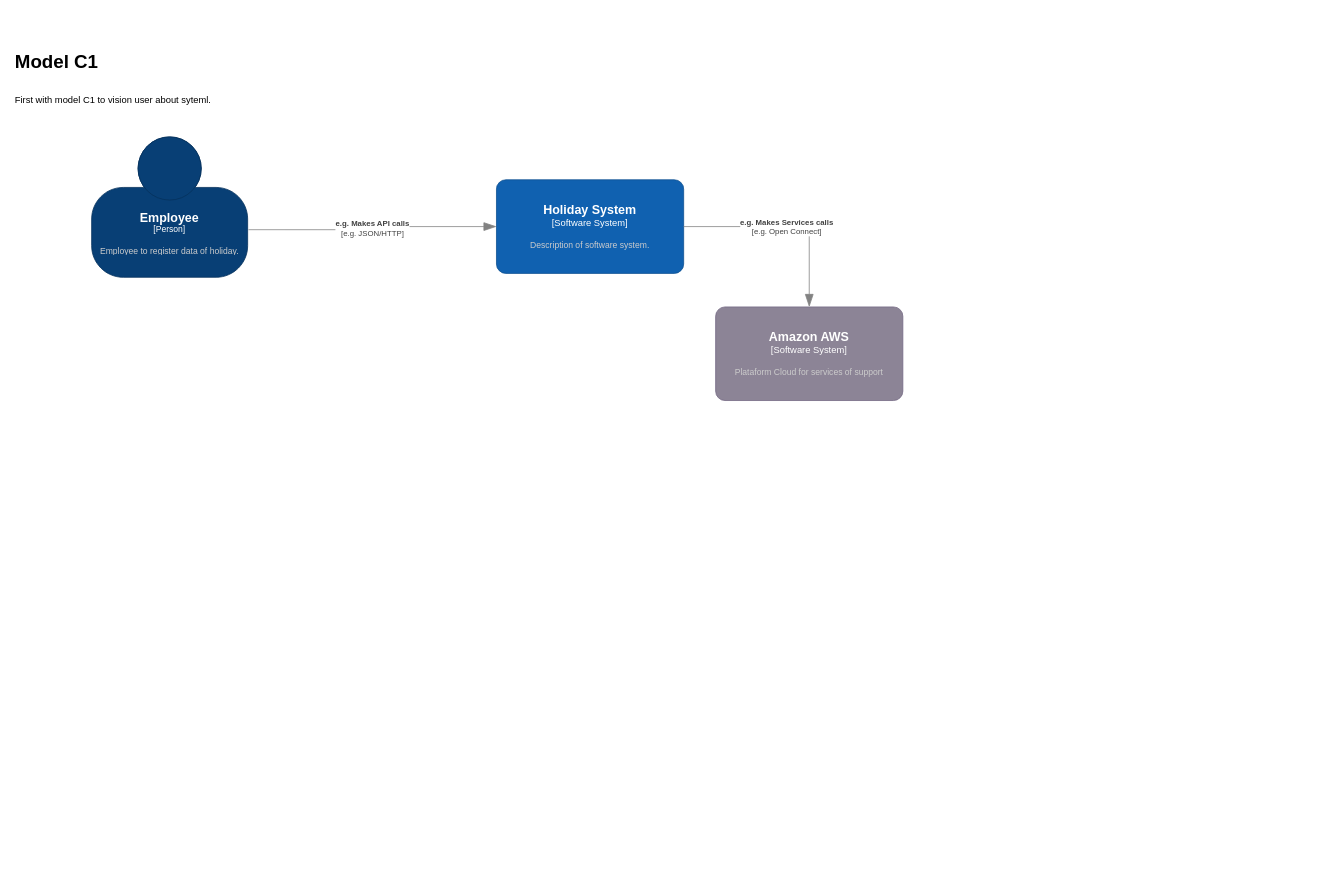
ander-f-silva/draw_solution_of_architecture keeps this draw.io diagram as page "arch c4 model" (1 of 2) of project_ms_holiday.drawio. Above is the earlier version. Source tidied: cells renumbered, new cells numbered last; positions are measured from the earlier drawing's top-left corner, leaving out a move shared by most shapes. Both pictures are drawn from the tidied source at 78%, with x=0, y=0 at pixel (13, 45).
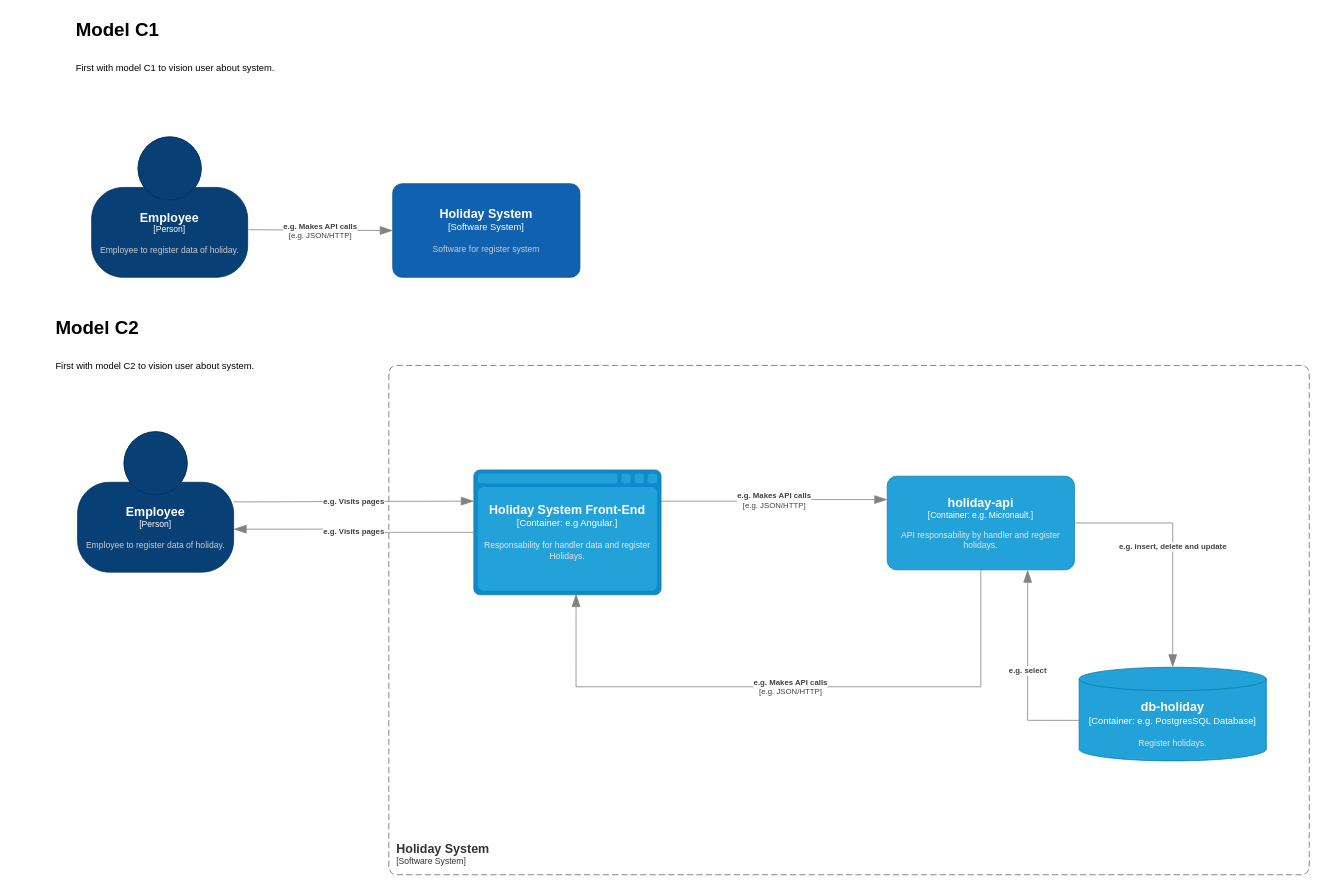
After the change.

What changed in the source:
```diff
@@
-    <object id="3" label="&lt;font style=&quot;font-size: 16px&quot;&gt;&lt;b&gt;%c4Name%&lt;/b&gt;&lt;/font&gt;&lt;div&gt;[%c4Type%]&lt;/div&gt;&lt;br&gt;&lt;div&gt;&lt;font style=&quot;font-size: 11px&quot;&gt;&lt;font color=&quot;#cccccc&quot;&gt;%c4Description%&lt;/font&gt;&lt;/div&gt;" c4Description="Description of software system." c4Name="Holiday System" c4Type="Software System" placeholders="1">
+    <object id="3" label="&lt;font style=&quot;font-size: 16px&quot;&gt;&lt;b&gt;%c4Name%&lt;/b&gt;&lt;/font&gt;&lt;div&gt;[%c4Type%]&lt;/div&gt;&lt;br&gt;&lt;div&gt;&lt;font style=&quot;font-size: 11px&quot;&gt;&lt;font color=&quot;#cccccc&quot;&gt;%c4Description%&lt;/font&gt;&lt;/div&gt;" c4Description="Software for register system" c4Name="Holiday System" c4Type="Software System" placeholders="1">
       <mxCell style="rounded=1;whiteSpace=wrap;html=1;labelBackgroundColor=none;fillColor=#1061B0;fontColor=#ffffff;align=center;arcSize=10;strokeColor=#0D5091;points=[[0.25,0,0],[0.5,0,0],[0.75,0,0],[1,0.25,0],[1,0.5,0],[1,0.75,0],[0.75,1,0],[0.5,1,0],[0.25,1,0],[0,0.75,0],[0,0.5,0],[0,0.25,0]];" parent="1" vertex="1">
-        <mxGeometry x="619" y="172" width="240" height="120" as="geometry" />
+        <mxGeometry x="486" y="177" width="240" height="120" as="geometry" />
       </mxCell>
     </object>
-    <object id="4" label="&lt;font style=&quot;font-size: 16px&quot;&gt;&lt;b&gt;%c4Name%&lt;/b&gt;&lt;/font&gt;&lt;div&gt;[%c4Type%]&lt;/div&gt;&lt;br&gt;&lt;div&gt;&lt;font style=&quot;font-size: 11px&quot;&gt;&lt;font color=&quot;#cccccc&quot;&gt;%c4Description%&lt;/font&gt;&lt;/div&gt;" c4Description="Plataform Cloud for services of support" c4Name="Amazon AWS" c4Type="Software System" placeholders="1">
-      <mxCell style="rounded=1;whiteSpace=wrap;html=1;labelBackgroundColor=none;fillColor=#8C8496;fontColor=#ffffff;align=center;arcSize=10;strokeColor=#736782;points=[[0.25,0,0],[0.5,0,0],[0.75,0,0],[1,0.25,0],[1,0.5,0],[1,0.75,0],[0.75,1,0],[0.5,1,0],[0.25,1,0],[0,0.75,0],[0,0.5,0],[0,0.25,0]];" parent="1" vertex="1">
-        <mxGeometry x="900" y="335" width="240" height="120" as="geometry" />
-      </mxCell>
-    </object>
@@
-    <object id="6" label="&lt;div style=&quot;text-align: left&quot;&gt;&lt;div style=&quot;text-align: center&quot;&gt;&lt;b&gt;%c4Description%&lt;/b&gt;&lt;/div&gt;&lt;div style=&quot;text-align: center&quot;&gt;[%c4Technology%]&lt;/div&gt;&lt;/div&gt;" c4Description="e.g. Makes Services calls" c4Technology="e.g. Open Connect" placeholders="1">
-      <mxCell style="endArrow=blockThin;html=1;fontSize=10;fontColor=#404040;strokeWidth=1;endFill=1;strokeColor=#828282;elbow=vertical;endSize=14;startSize=14;jumpStyle=arc;jumpSize=16;rounded=0;edgeStyle=orthogonalEdgeStyle;exitX=1;exitY=0.5;exitDx=0;exitDy=0;exitPerimeter=0;" parent="1" edge="1" source="3" target="4">
-        <mxGeometry relative="1" as="geometry" />
-      </mxCell>
-    </object>
-    <mxCell id="7" value="&lt;h1 style=&quot;margin-top: 0px;&quot;&gt;&lt;span style=&quot;background-color: transparent; color: light-dark(rgb(0, 0, 0), rgb(255, 255, 255));&quot;&gt;Model C1&lt;/span&gt;&lt;/h1&gt;&lt;h1 style=&quot;margin-top: 0px;&quot;&gt;&lt;span style=&quot;background-color: transparent; color: light-dark(rgb(0, 0, 0), rgb(255, 255, 255)); font-size: 12px; font-weight: normal;&quot;&gt;First with model C1 to vision user about syteml.&lt;/span&gt;&lt;br&gt;&lt;/h1&gt;" style="text;html=1;whiteSpace=wrap;overflow=hidden;rounded=0;" parent="1" vertex="1">
-      <mxGeometry width="285" height="81" as="geometry" />
+    <mxCell id="7" value="&lt;h1 style=&quot;margin-top: 0px;&quot;&gt;&lt;span style=&quot;background-color: transparent; color: light-dark(rgb(0, 0, 0), rgb(255, 255, 255));&quot;&gt;Model C1&lt;/span&gt;&lt;/h1&gt;&lt;h1 style=&quot;margin-top: 0px;&quot;&gt;&lt;span style=&quot;background-color: transparent; color: light-dark(rgb(0, 0, 0), rgb(255, 255, 255)); font-size: 12px; font-weight: normal;&quot;&gt;First with model C1 to vision user about system.&lt;/span&gt;&lt;br&gt;&lt;/h1&gt;" style="text;html=1;whiteSpace=wrap;overflow=hidden;rounded=0;fontFamily=Helvetica;fontSize=12;fontColor=default;" parent="1" vertex="1">
+      <mxGeometry x="78" y="-41" width="285" height="81" as="geometry" />
     </mxCell>
+    <mxCell id="8" value="&lt;h1 style=&quot;margin-top: 0px;&quot;&gt;&lt;span style=&quot;background-color: transparent; color: light-dark(rgb(0, 0, 0), rgb(255, 255, 255));&quot;&gt;Model C2&lt;/span&gt;&lt;/h1&gt;&lt;h1 style=&quot;margin-top: 0px;&quot;&gt;&lt;span style=&quot;background-color: transparent; color: light-dark(rgb(0, 0, 0), rgb(255, 255, 255)); font-size: 12px; font-weight: normal;&quot;&gt;First with model C2 to vision user about system.&lt;/span&gt;&lt;br&gt;&lt;/h1&gt;" style="text;html=1;whiteSpace=wrap;overflow=hidden;rounded=0;fontFamily=Helvetica;fontSize=12;fontColor=default;" parent="1" vertex="1">
+      <mxGeometry x="52" y="341" width="285" height="81" as="geometry" />
+    </mxCell>
+    <object id="9" label="&lt;font style=&quot;font-size: 16px&quot;&gt;&lt;b&gt;%c4Name%&lt;/b&gt;&lt;/font&gt;&lt;div&gt;[%c4Type%]&lt;/div&gt;&lt;br&gt;&lt;div&gt;&lt;font style=&quot;font-size: 11px&quot;&gt;&lt;font color=&quot;#cccccc&quot;&gt;%c4Description%&lt;/font&gt;&lt;/div&gt;" c4Description="Employee to register data of holiday." c4Name="Employee" c4Type="Person" placeholders="1">
+      <mxCell style="html=1;fontSize=11;dashed=0;whiteSpace=wrap;fillColor=#083F75;strokeColor=#06315C;fontColor=#ffffff;shape=mxgraph.c4.person2;align=center;points=[[0.5,0,0],[1,0.5,0],[1,0.75,0],[0.75,1,0],[0.5,1,0],[0.25,1,0],[0,0.75,0],[0,0.5,0]];" parent="1" vertex="1">
+        <mxGeometry x="82" y="495" width="200" height="180" as="geometry" />
+      </mxCell>
+    </object>
+    <object id="10" label="&lt;font style=&quot;font-size: 16px&quot;&gt;&lt;b&gt;&lt;div style=&quot;text-align: left&quot;&gt;%c4Name%&lt;/div&gt;&lt;/b&gt;&lt;/font&gt;&lt;div style=&quot;text-align: left&quot;&gt;[%c4Application%]&lt;/div&gt;" c4Application="Software System" c4Name="Holiday System" placeholders="1">
+      <mxCell style="rounded=1;fontSize=11;whiteSpace=wrap;html=1;dashed=1;arcSize=20;fillColor=none;strokeColor=#666666;fontColor=#333333;labelBackgroundColor=none;align=left;verticalAlign=bottom;labelBorderColor=none;spacingTop=0;spacing=10;dashPattern=8 4;perimeter=rectanglePerimeter;noLabel=0;labelPadding=0;absoluteArcSize=1;" parent="1" vertex="1">
+        <mxGeometry x="481" y="410" width="1180" height="653" as="geometry" />
+      </mxCell>
+    </object>
+    <object id="11" label="&lt;font style=&quot;font-size: 16px&quot;&gt;&lt;b&gt;%c4Name%&lt;/b&gt;&lt;/font&gt;&lt;div&gt;[%c4Type%:&amp;nbsp;%c4Technology%]&lt;/div&gt;&lt;br&gt;&lt;div&gt;&lt;font style=&quot;font-size: 11px&quot;&gt;&lt;font color=&quot;#E6E6E6&quot;&gt;%c4Description%&lt;/font&gt;&lt;/div&gt;" c4Description="Responsability for handler data and register Holidays." c4Name="Holiday System Front-End" c4Technology="e.g Angular." c4Type="Container" placeholders="1">
+      <mxCell style="shape=mxgraph.c4.webBrowserContainer2;whiteSpace=wrap;html=1;boundedLbl=1;rounded=0;labelBackgroundColor=none;strokeColor=#118ACD;fillColor=#23A2D9;strokeColor=#118ACD;strokeColor2=#0E7DAD;fontSize=12;fontColor=#ffffff;align=center;points=[[0.5,0,0],[1,0.25,0],[1,0.5,0],[1,0.75,0],[0.5,1,0],[0,0.75,0],[0,0.5,0],[0,0.25,0]];" parent="1" vertex="1">
+        <mxGeometry x="590" y="544" width="240" height="160" as="geometry" />
+      </mxCell>
+    </object>
+    <object id="12" label="&lt;font style=&quot;font-size: 16px&quot;&gt;&lt;b&gt;%c4Name%&lt;/b&gt;&lt;/font&gt;&lt;div&gt;[%c4Type%: %c4Technology%]&lt;/div&gt;&lt;br&gt;&lt;div&gt;&lt;font style=&quot;font-size: 11px&quot;&gt;&lt;font color=&quot;#E6E6E6&quot;&gt;%c4Description%&lt;/font&gt;&lt;/div&gt;" c4Description="API responsability by handler and register holidays." c4Name="holiday-api" c4Technology="e.g. Micronault." c4Type="Container" placeholders="1">
+      <mxCell style="rounded=1;whiteSpace=wrap;html=1;fontSize=11;labelBackgroundColor=none;fillColor=#23A2D9;fontColor=#ffffff;align=center;arcSize=10;strokeColor=#0E7DAD;points=[[0.25,0,0],[0.5,0,0],[0.75,0,0],[1,0.25,0],[1,0.5,0],[1,0.75,0],[0.75,1,0],[0.5,1,0],[0.25,1,0],[0,0.75,0],[0,0.5,0],[0,0.25,0]];" parent="1" vertex="1">
+        <mxGeometry x="1120" y="552" width="240" height="120" as="geometry" />
+      </mxCell>
+    </object>
+    <object id="13" label="&lt;div style=&quot;text-align: left&quot;&gt;&lt;div style=&quot;text-align: center&quot;&gt;&lt;b&gt;%c4Description%&lt;/b&gt;&lt;/div&gt;&lt;div style=&quot;text-align: center&quot;&gt;[%c4Technology%]&lt;/div&gt;&lt;/div&gt;" c4Description="e.g. Makes API calls" c4Technology="e.g. JSON/HTTP" placeholders="1">
+      <mxCell style="endArrow=blockThin;html=1;fontSize=10;fontColor=#404040;strokeWidth=1;endFill=1;strokeColor=#828282;elbow=vertical;endSize=14;startSize=14;jumpStyle=arc;jumpSize=16;rounded=0;edgeStyle=orthogonalEdgeStyle;exitX=1;exitY=0.25;exitDx=0;exitDy=0;exitPerimeter=0;entryX=0;entryY=0.25;entryDx=0;entryDy=0;entryPerimeter=0;" parent="1" edge="1" source="11" target="12">
+        <mxGeometry relative="1" as="geometry" />
+      </mxCell>
+    </object>
+    <object id="14" label="&lt;div style=&quot;text-align: left&quot;&gt;&lt;div style=&quot;text-align: center&quot;&gt;&lt;b&gt;%c4Description%&lt;/b&gt;&lt;/div&gt;" c4Description="e.g. Visits pages" placeholders="1">
+      <mxCell style="endArrow=blockThin;html=1;fontSize=10;fontColor=#404040;strokeWidth=1;endFill=1;strokeColor=#828282;elbow=vertical;endSize=14;startSize=14;jumpStyle=arc;jumpSize=16;rounded=0;edgeStyle=orthogonalEdgeStyle;entryX=0;entryY=0.25;entryDx=0;entryDy=0;entryPerimeter=0;" parent="1" edge="1" source="9" target="11">
+        <mxGeometry relative="1" as="geometry" />
+      </mxCell>
+    </object>
+    <object id="15" label="&lt;div style=&quot;text-align: left&quot;&gt;&lt;div style=&quot;text-align: center&quot;&gt;&lt;b&gt;%c4Description%&lt;/b&gt;&lt;/div&gt;" c4Description="e.g. Visits pages" placeholders="1">
+      <mxCell style="endArrow=blockThin;html=1;fontSize=10;fontColor=#404040;strokeWidth=1;endFill=1;strokeColor=#828282;elbow=vertical;endSize=14;startSize=14;jumpStyle=arc;jumpSize=16;rounded=0;edgeStyle=orthogonalEdgeStyle;entryX=1;entryY=0.694;entryDx=0;entryDy=0;entryPerimeter=0;exitX=0;exitY=0.5;exitDx=0;exitDy=0;exitPerimeter=0;" parent="1" edge="1" source="11" target="9">
+        <mxGeometry relative="1" as="geometry" />
+      </mxCell>
+    </object>
+    <object id="16" label="&lt;div style=&quot;text-align: left&quot;&gt;&lt;div style=&quot;text-align: center&quot;&gt;&lt;b&gt;%c4Description%&lt;/b&gt;&lt;/div&gt;&lt;div style=&quot;text-align: center&quot;&gt;[%c4Technology%]&lt;/div&gt;&lt;/div&gt;" c4Description="e.g. Makes API calls" c4Technology="e.g. JSON/HTTP" placeholders="1">
+      <mxCell style="endArrow=blockThin;html=1;fontSize=10;fontColor=#404040;strokeWidth=1;endFill=1;strokeColor=#828282;elbow=vertical;endSize=14;startSize=14;jumpStyle=arc;jumpSize=16;rounded=0;edgeStyle=orthogonalEdgeStyle;exitX=0.5;exitY=1;exitDx=0;exitDy=0;exitPerimeter=0;entryX=0.546;entryY=0.994;entryDx=0;entryDy=0;entryPerimeter=0;" parent="1" edge="1" source="12" target="11">
+        <mxGeometry relative="1" as="geometry">
+          <Array as="points">
+            <mxPoint x="1240" y="822" />
+            <mxPoint x="721" y="822" />
+          </Array>
+        </mxGeometry>
+      </mxCell>
+    </object>
+    <object id="17" label="&lt;font style=&quot;font-size: 16px&quot;&gt;&lt;b&gt;%c4Name%&lt;/b&gt;&lt;/font&gt;&lt;div&gt;[%c4Type%:&amp;nbsp;%c4Technology%]&lt;/div&gt;&lt;br&gt;&lt;div&gt;&lt;font style=&quot;font-size: 11px&quot;&gt;&lt;font color=&quot;#E6E6E6&quot;&gt;%c4Description%&lt;/font&gt;&lt;/div&gt;" c4Description="Register holidays." c4Name="db-holiday" c4Technology="e.g. PostgresSQL Database" c4Type="Container" placeholders="1">
+      <mxCell style="shape=cylinder3;size=15;whiteSpace=wrap;html=1;boundedLbl=1;rounded=0;labelBackgroundColor=none;fillColor=#23A2D9;fontSize=12;fontColor=#ffffff;align=center;strokeColor=#0E7DAD;points=[[0.5,0,0],[1,0.25,0],[1,0.5,0],[1,0.75,0],[0.5,1,0],[0,0.75,0],[0,0.5,0],[0,0.25,0]];" parent="1" vertex="1">
+        <mxGeometry x="1366" y="797" width="240" height="120" as="geometry" />
+      </mxCell>
+    </object>
+    <object id="18" label="&lt;div style=&quot;text-align: left&quot;&gt;&lt;div style=&quot;text-align: center&quot;&gt;&lt;b&gt;%c4Description%&lt;/b&gt;&lt;/div&gt;" c4Description="e.g. insert, delete and update" placeholders="1">
+      <mxCell style="endArrow=blockThin;html=1;fontSize=10;fontColor=#404040;strokeWidth=1;endFill=1;strokeColor=#828282;elbow=vertical;endSize=14;startSize=14;jumpStyle=arc;jumpSize=16;rounded=0;edgeStyle=orthogonalEdgeStyle;" parent="1" edge="1" source="12" target="17">
+        <mxGeometry relative="1" as="geometry" />
+      </mxCell>
+    </object>
+    <object id="19" label="&lt;div style=&quot;text-align: left&quot;&gt;&lt;div style=&quot;text-align: center&quot;&gt;&lt;b&gt;%c4Description%&lt;/b&gt;&lt;/div&gt;" c4Description="e.g. select" placeholders="1">
+      <mxCell style="endArrow=blockThin;html=1;fontSize=10;fontColor=#404040;strokeWidth=1;endFill=1;strokeColor=#828282;elbow=vertical;endSize=14;startSize=14;jumpStyle=arc;jumpSize=16;rounded=0;edgeStyle=orthogonalEdgeStyle;entryX=0.75;entryY=1;entryDx=0;entryDy=0;entryPerimeter=0;exitX=0;exitY=0.567;exitDx=0;exitDy=0;exitPerimeter=0;" parent="1" edge="1" source="17" target="12">
+        <mxGeometry relative="1" as="geometry" />
+      </mxCell>
+    </object>
```
